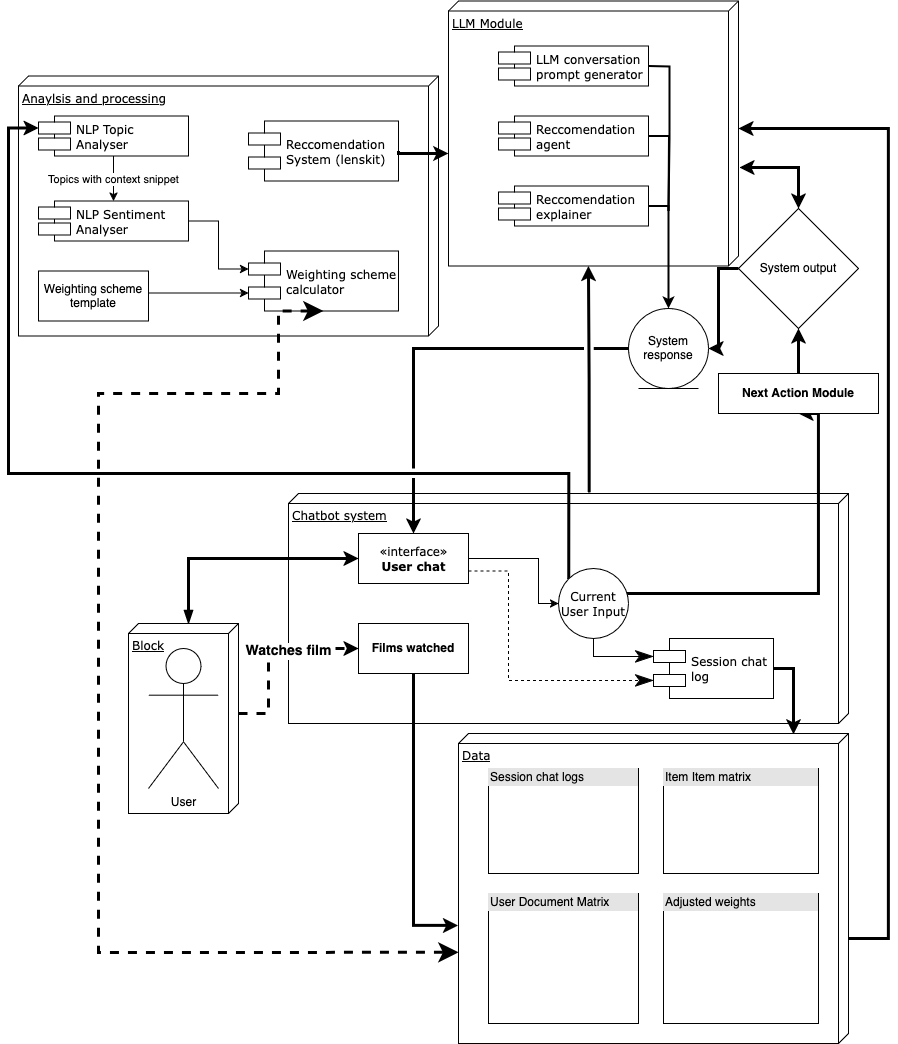
The draw.io diagram fyp/Project-Definition-Document/Figures/FYP_HLA.drawio.png in Laan33/Rec-Genie, before a commit. Source tidied: cells renumbered, new cells last; positions are measured from the earlier drawing's top-left corner, leaving out a move shared by most shapes.
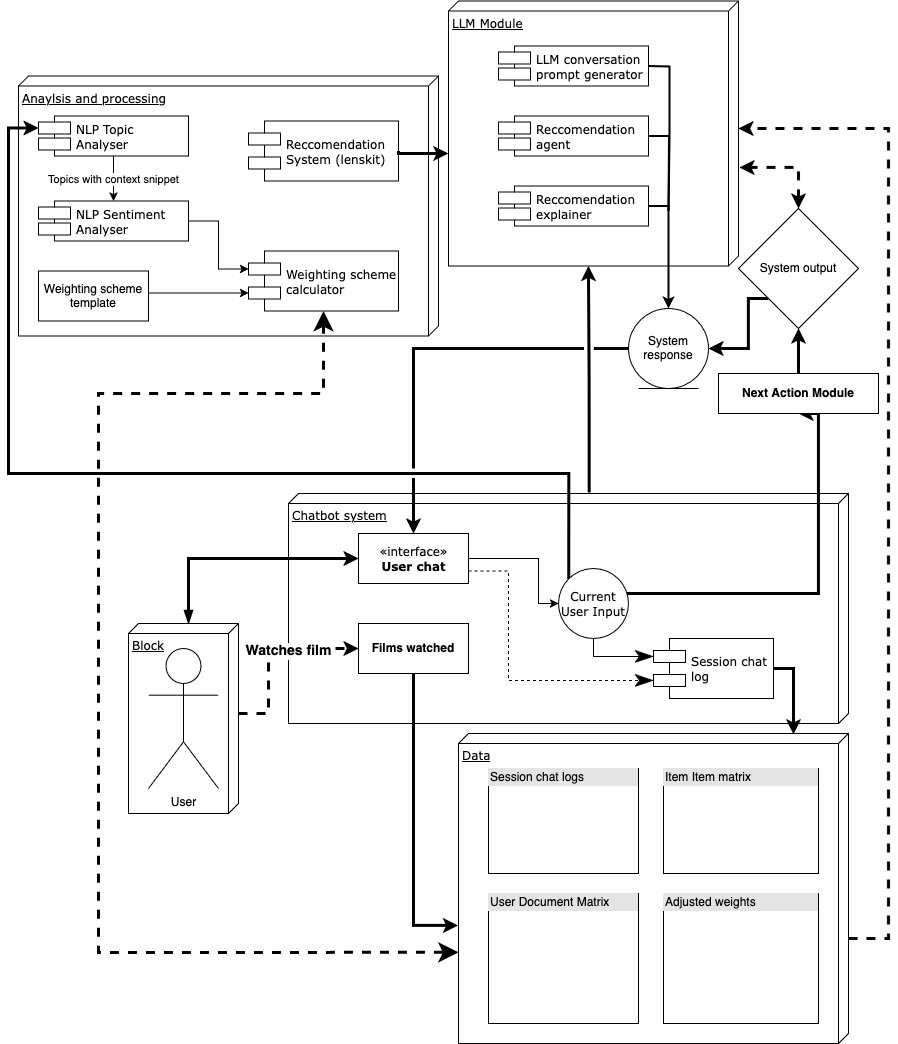
Later version of the same file.

Change to the diagram source:
```diff
@@ -110,8 +110,13 @@
     <mxCell id="26" value="System response" style="ellipse;shape=umlEntity;whiteSpace=wrap;html=1;" parent="1" vertex="1">
       <mxGeometry x="620" y="307" width="80" height="80" as="geometry" />
     </mxCell>
-    <mxCell id="27" style="edgeStyle=orthogonalEdgeStyle;rounded=0;jettySize=auto;html=1;entryX=1;entryY=0.5;entryDx=0;entryDy=0;strokeWidth=3;" parent="1" edge="1" source="28" target="26">
-      <mxGeometry relative="1" as="geometry" />
+    <mxCell id="27" style="edgeStyle=orthogonalEdgeStyle;rounded=0;jettySize=auto;html=1;entryX=1;entryY=0.5;entryDx=0;entryDy=0;strokeWidth=3;exitX=0;exitY=1;exitDx=0;exitDy=0;" parent="1" edge="1" source="28" target="26">
+      <mxGeometry relative="1" as="geometry">
+        <Array as="points">
+          <mxPoint x="740" y="297" />
+          <mxPoint x="740" y="347" />
+        </Array>
+      </mxGeometry>
     </mxCell>
     <mxCell id="28" value="System output" style="rhombus;whiteSpace=wrap;html=1;" parent="1" vertex="1">
       <mxGeometry x="730" y="207" width="120" height="120" as="geometry" />
@@ -178,14 +183,14 @@
     <mxCell id="43" value="&lt;div align=&quot;left&quot;&gt;Reccomendation&lt;br&gt;System (lenskit)&lt;br&gt;&lt;/div&gt;" style="shape=component;align=left;spacingLeft=36;rounded=0;shadow=0;comic=0;labelBackgroundColor=none;strokeWidth=1;fontFamily=Verdana;fontSize=12;html=1;" parent="1" vertex="1">
       <mxGeometry x="240" y="119.5" width="150" height="60" as="geometry" />
     </mxCell>
-    <mxCell id="44" style="edgeStyle=orthogonalEdgeStyle;rounded=0;jettySize=auto;html=1;exitX=0.5;exitY=0;exitDx=0;exitDy=0;startArrow=classic;startFill=1;strokeWidth=3;entryX=0.628;entryY=-0.003;entryDx=0;entryDy=0;entryPerimeter=0;" parent="1" edge="1" source="28" target="3">
+    <mxCell id="44" style="edgeStyle=orthogonalEdgeStyle;rounded=0;jettySize=auto;html=1;exitX=0.5;exitY=0;exitDx=0;exitDy=0;startArrow=classic;startFill=1;strokeWidth=3;entryX=0.628;entryY=-0.003;entryDx=0;entryDy=0;entryPerimeter=0;dashed=1;" parent="1" edge="1" source="28" target="3">
       <mxGeometry relative="1" as="geometry">
         <Array as="points">
           <mxPoint x="790" y="166" />
         </Array>
       </mxGeometry>
     </mxCell>
-    <mxCell id="45" style="edgeStyle=orthogonalEdgeStyle;rounded=0;jettySize=auto;html=1;entryX=0;entryY=0;entryDx=127.5;entryDy=0;entryPerimeter=0;strokeWidth=3;" parent="1" edge="1" source="20" target="3">
+    <mxCell id="45" style="edgeStyle=orthogonalEdgeStyle;rounded=0;jettySize=auto;html=1;entryX=0;entryY=0;entryDx=127.5;entryDy=0;entryPerimeter=0;strokeWidth=3;dashed=1;" parent="1" edge="1" source="20" target="3">
       <mxGeometry relative="1" as="geometry">
         <Array as="points">
           <mxPoint x="880" y="937" />
@@ -196,7 +201,7 @@
     <mxCell id="46" style="edgeStyle=orthogonalEdgeStyle;rounded=0;html=1;labelBackgroundColor=none;startArrow=classic;startFill=1;startSize=11;endArrow=classic;endFill=1;endSize=11;fontFamily=Verdana;fontSize=12;dashed=1;exitX=0.5;exitY=1;exitDx=0;exitDy=0;entryX=0.706;entryY=1;entryDx=0;entryDy=0;entryPerimeter=0;strokeWidth=3;" parent="1" edge="1" source="21" target="20">
       <mxGeometry relative="1" as="geometry">
         <Array as="points">
-          <mxPoint x="270" y="392" />
+          <mxPoint x="315" y="392" />
           <mxPoint x="90" y="392" />
           <mxPoint x="90" y="951" />
         </Array>
```
